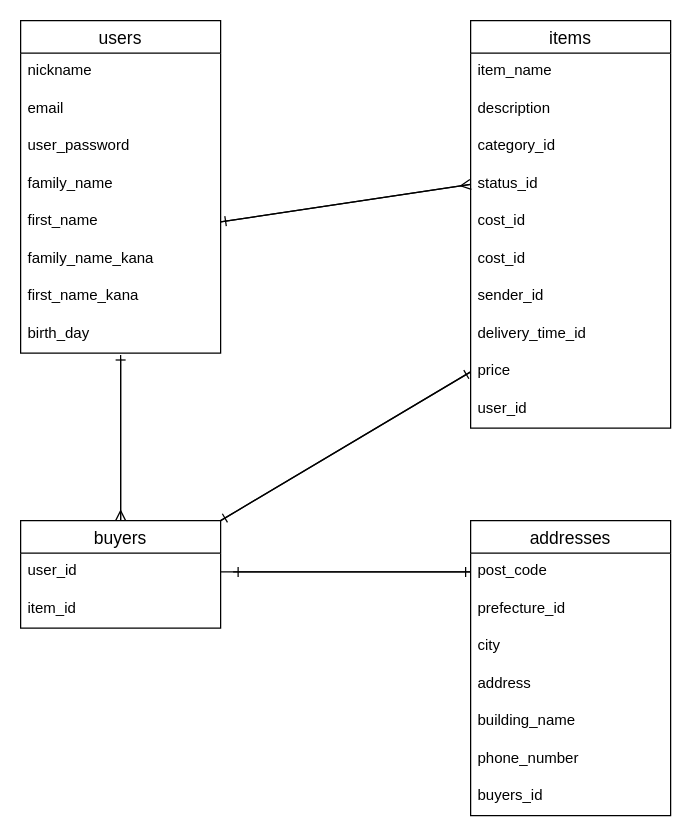
misuzu5/furima-38486 keeps this draw.io diagram as ER.dio. Above is the earlier version. Source tidied: cells renumbered, new cells numbered last; positions are measured from the earlier drawing's top-left corner, leaving out a move shared by most shapes. Both pictures are drawn from the tidied source at 125%, with x=0, y=0 at pixel (20, 20).
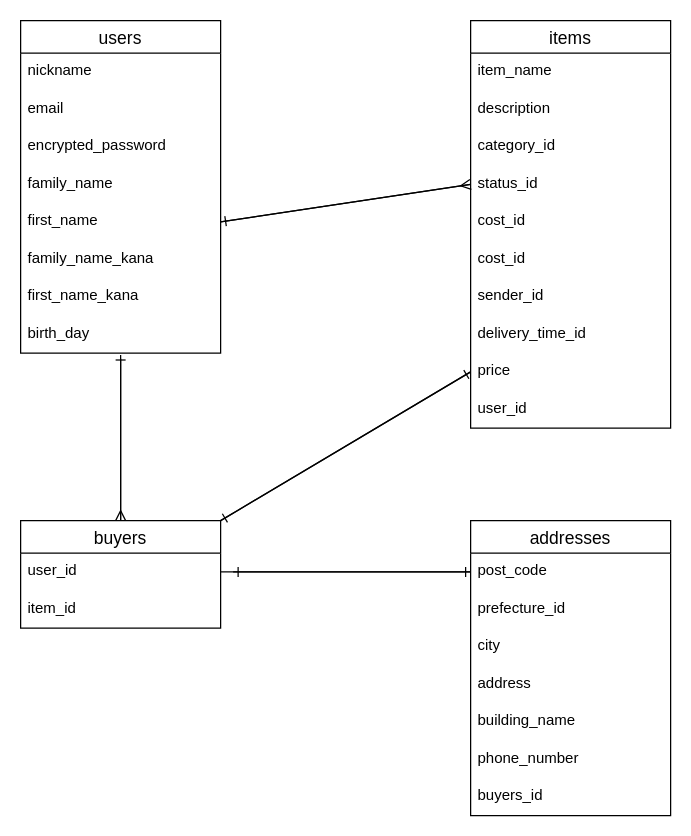
Above is the later version.

Commit message:
データベース設計 再々修正

The change refers to these unchanged cells:
```xml
<mxCell id="2" value="users" style="swimlane;fontStyle=0;horizontal=1;startSize=26;align=center;fontSize=14;" parent="1" vertex="1">
  <mxGeometry width="160" height="266" as="geometry" />
</mxCell>
```

Diff of the diagram source:
```diff
@@
-    <mxCell id="5" value="user_password" style="text;strokeColor=none;fillColor=none;spacingLeft=4;spacingRight=4;overflow=hidden;fontSize=12;" parent="2" vertex="1">
+    <mxCell id="5" value="encrypted_password" style="text;strokeColor=none;fillColor=none;spacingLeft=4;spacingRight=4;overflow=hidden;fontSize=12;" parent="2" vertex="1">
       <mxGeometry y="86" width="160" height="30" as="geometry" />
     </mxCell>
```
